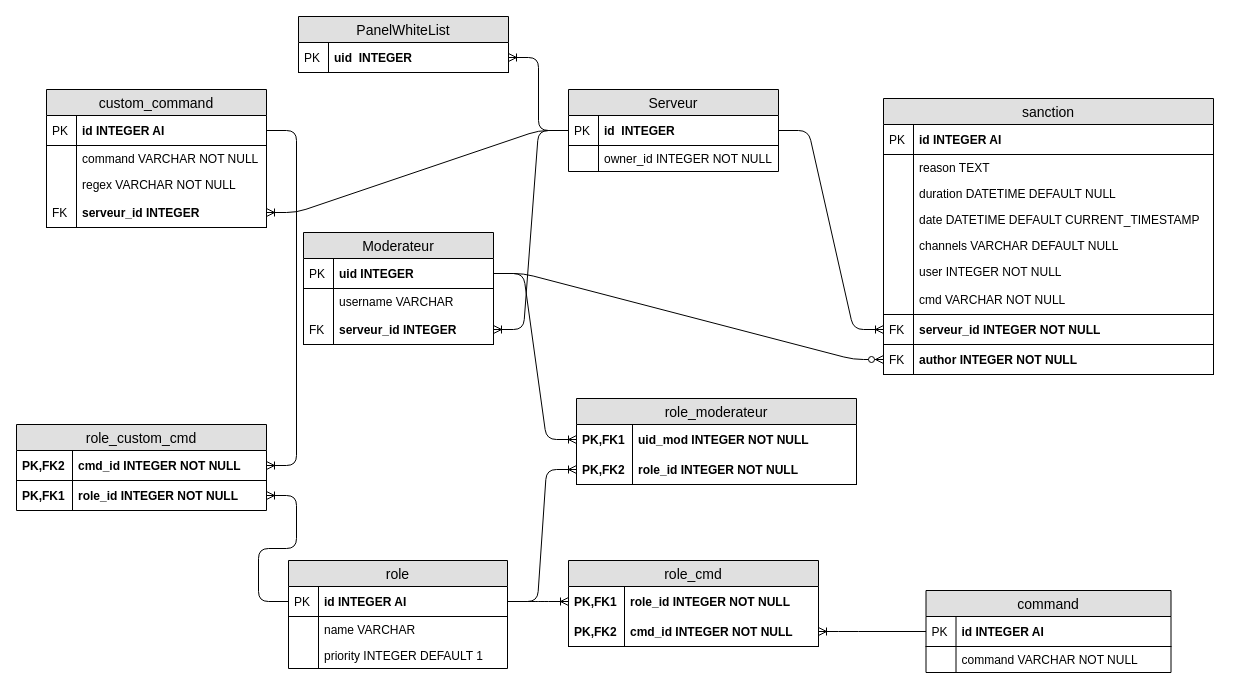
Before: doc/schema_logique.drawio in RomainCtl/discord_project, a draw.io diagram. Source tidied: cells renumbered, new cells numbered last; positions are measured from the earlier drawing's top-left corner, leaving out a move shared by most shapes. Both pictures are drawn from the tidied source at 100%, with x=0, y=0 at pixel (16, 16).
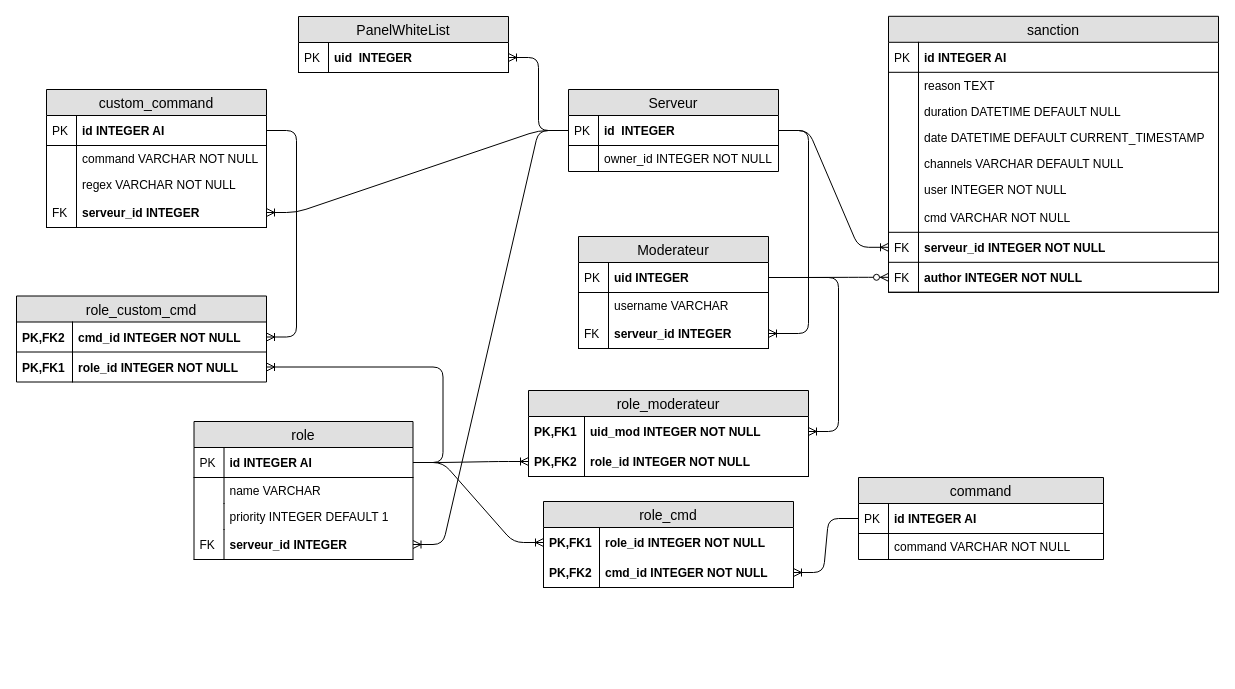
Above is the later version.

Commit message (it also covers changes not shown here):
set link between role and serveur

The change refers to these unchanged cells:
```xml
<mxCell id="3" value="id  INTEGER" style="shape=partialRectangle;top=0;left=0;right=0;bottom=1;align=left;verticalAlign=middle;fillColor=none;spacingLeft=34;spacingRight=4;overflow=hidden;points=[[0,0.5],[1,0.5]];portConstraint=eastwest;fontStyle=1;fontSize=12;fontColor=#000000;strokeColor=#000000;" parent="2" vertex="1">
  <mxGeometry y="26" width="210" height="30" as="geometry" />
</mxCell>
```

The edit, as a diff of the source:
```diff
@@
     <mxCell id="7" value="Moderateur" style="swimlane;fontStyle=0;horizontal=1;startSize=26;fillColor=#e0e0e0;swimlaneFillColor=#ffffff;align=center;fontSize=14;strokeColor=#000000;fontColor=#000000;" parent="1" vertex="1">
-      <mxGeometry x="287" y="216" width="190" height="112" as="geometry" />
+      <mxGeometry x="562" y="220" width="190" height="112" as="geometry" />
     </mxCell>
@@
     <mxCell id="15" value="role" style="swimlane;fontStyle=0;horizontal=1;startSize=26;fillColor=#e0e0e0;swimlaneFillColor=#ffffff;align=center;fontSize=14;strokeColor=#000000;fontColor=#000000;" parent="1" vertex="1">
-      <mxGeometry x="272" y="544" width="219" height="108" as="geometry" />
+      <mxGeometry x="177.5" y="405" width="219" height="138" as="geometry" />
     </mxCell>
@@
+    <mxCell id="83" value="serveur_id INTEGER" style="shape=partialRectangle;top=0;left=0;right=0;bottom=1;align=left;verticalAlign=middle;fillColor=none;spacingLeft=34;spacingRight=4;overflow=hidden;points=[[0,0.5],[1,0.5]];portConstraint=eastwest;fontStyle=1;fontSize=12;strokeColor=#000000;fontColor=#000000;" parent="15" vertex="1">
+      <mxGeometry y="108" width="219" height="30" as="geometry" />
+    </mxCell>
+    <mxCell id="84" value="FK" style="shape=partialRectangle;top=0;left=0;bottom=0;fillColor=none;align=left;verticalAlign=middle;spacingLeft=4;spacingRight=4;overflow=hidden;fontSize=12;strokeColor=#000000;fontColor=#000000;" parent="83" vertex="1">
+      <mxGeometry width="30" height="30" as="geometry" />
+    </mxCell>
     <mxCell id="22" value="command" style="swimlane;fontStyle=0;horizontal=1;startSize=26;fillColor=#e0e0e0;swimlaneFillColor=#ffffff;align=center;fontSize=14;strokeColor=#000000;fontColor=#000000;" parent="1" vertex="1">
-      <mxGeometry x="909.5" y="574" width="245" height="82" as="geometry" />
+      <mxGeometry x="842" y="461" width="245" height="82" as="geometry" />
     </mxCell>
@@
     <mxCell id="29" value="sanction" style="swimlane;fontStyle=0;horizontal=1;startSize=26;fillColor=#e0e0e0;swimlaneFillColor=#ffffff;align=center;fontSize=14;strokeColor=#000000;fontColor=#000000;" parent="1" vertex="1">
-      <mxGeometry x="867" y="82" width="330" height="276" as="geometry" />
+      <mxGeometry x="872" y="-0.2" width="330" height="276" as="geometry" />
     </mxCell>
@@
     <mxCell id="49" value="role_cmd" style="swimlane;fontStyle=0;horizontal=1;startSize=26;fillColor=#e0e0e0;swimlaneFillColor=#ffffff;align=center;fontSize=14;strokeColor=#000000;fontColor=#000000;" parent="1" vertex="1">
-      <mxGeometry x="552" y="544" width="250" height="86" as="geometry" />
+      <mxGeometry x="527" y="485" width="250" height="86" as="geometry" />
     </mxCell>
@@
     <mxCell id="64" value="role_custom_cmd" style="swimlane;fontStyle=0;horizontal=1;startSize=26;fillColor=#e0e0e0;swimlaneFillColor=#ffffff;align=center;fontSize=14;strokeColor=#000000;fontColor=#000000;" parent="1" vertex="1">
-      <mxGeometry y="408" width="250" height="86" as="geometry" />
+      <mxGeometry y="279.5" width="250" height="86" as="geometry" />
     </mxCell>
@@
     <mxCell id="76" value="role_moderateur" style="swimlane;fontStyle=0;horizontal=1;startSize=26;fillColor=#e0e0e0;swimlaneFillColor=#ffffff;align=center;fontSize=14;strokeColor=#000000;fontColor=#000000;" parent="1" vertex="1">
-      <mxGeometry x="560" y="382" width="280" height="86" as="geometry" />
+      <mxGeometry x="512" y="374" width="280" height="86" as="geometry" />
     </mxCell>
@@
+    <mxCell id="85" style="edgeStyle=entityRelationEdgeStyle;fontSize=12;html=1;endArrow=ERoneToMany;strokeColor=#000000;" parent="1" edge="1" source="3" target="83">
+      <mxGeometry relative="1" as="geometry" />
+    </mxCell>
```
